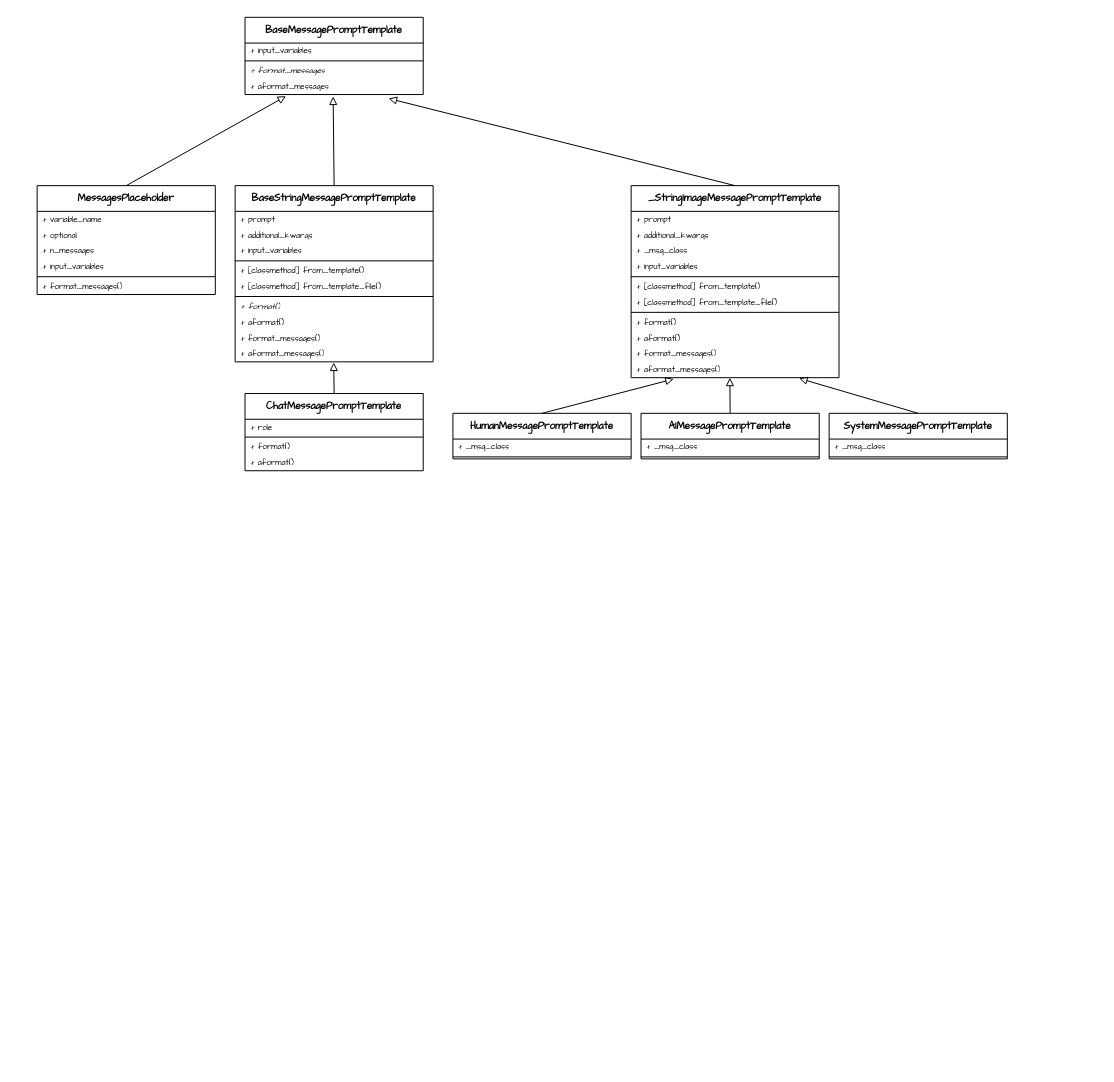
This is page "Message" (7 of 8) of Draw_Files/langchain.drawio from wangmu0115/WangMu, a draw.io file, before an edit. Source tidied: cells renumbered, new cells numbered last; positions are measured from the earlier drawing's top-left corner, leaving out a move shared by most shapes. Both pictures are drawn from the tidied source at 99%, with x=0, y=0 at pixel (37, 17).
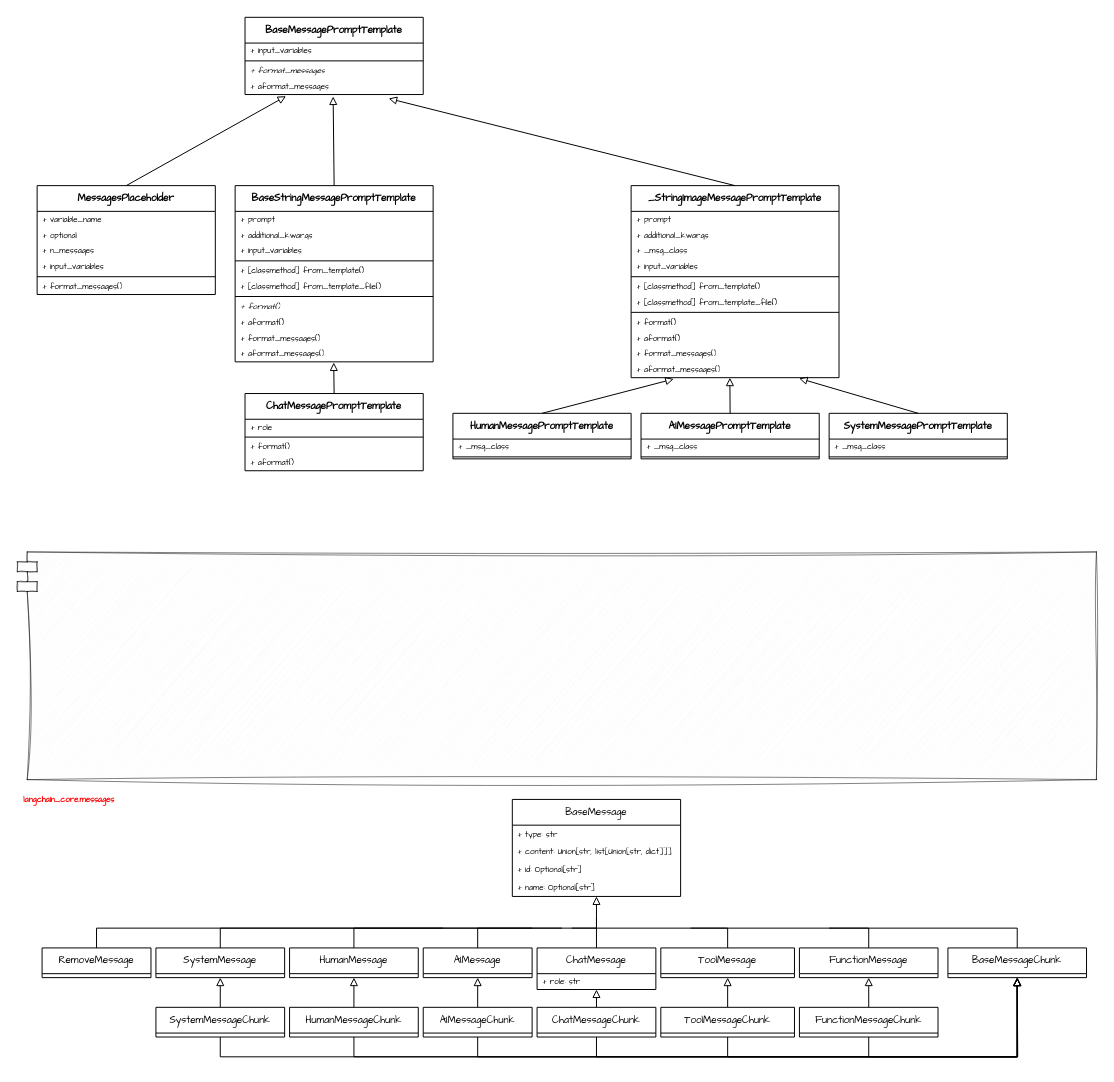
The same diagram, later.

Diff of the diagram source:
```diff
@@
+    <mxCell id="60" style="shape=module;align=left;spacingLeft=20;align=center;verticalAlign=top;whiteSpace=wrap;html=1;fillColor=#f5f5f5;fontColor=#333333;strokeColor=default;sketch=1;curveFitting=1;jiggle=2;strokeWidth=0.5;" parent="1" vertex="1">
+      <mxGeometry x="-20" y="540" width="1090" height="230" as="geometry" />
+    </mxCell>
+    <mxCell id="61" style="edgeStyle=elbowEdgeStyle;rounded=0;jettySize=auto;html=1;exitX=0.5;exitY=0;exitDx=0;exitDy=0;elbow=vertical;endArrow=none;endFill=0;" parent="1" edge="1" source="62">
+      <mxGeometry relative="1" as="geometry">
+        <mxPoint x="800" y="920" as="targetPoint" />
+        <Array as="points">
+          <mxPoint x="890" y="920" />
+        </Array>
+      </mxGeometry>
+    </mxCell>
+    <mxCell id="62" value="BaseMessageChunk" style="swimlane;fontStyle=0;align=center;verticalAlign=top;horizontal=1;startSize=26;whiteSpace=wrap;html=1;fontFamily=Comic Sans MS;fontSize=10;" parent="1" vertex="1" collapsed="1">
+      <mxGeometry x="920" y="940" width="140" height="30" as="geometry" />
+    </mxCell>
+    <mxCell id="63" style="edgeStyle=elbowEdgeStyle;rounded=0;jettySize=auto;html=1;exitX=0.5;exitY=0;exitDx=0;exitDy=0;elbow=vertical;endArrow=none;endFill=0;" parent="1" edge="1" source="64">
+      <mxGeometry relative="1" as="geometry">
+        <mxPoint x="530" y="920" as="targetPoint" />
+        <Array as="points">
+          <mxPoint x="440" y="920" />
+        </Array>
+      </mxGeometry>
+    </mxCell>
+    <mxCell id="64" value="AIMessage" style="swimlane;fontStyle=0;align=center;verticalAlign=top;horizontal=1;startSize=26;whiteSpace=wrap;html=1;fontFamily=Comic Sans MS;fontSize=10;" parent="1" vertex="1" collapsed="1">
+      <mxGeometry x="390" y="940" width="110" height="30" as="geometry" />
+    </mxCell>
+    <mxCell id="65" style="edgeStyle=orthogonalEdgeStyle;rounded=0;jettySize=auto;html=1;exitX=0.5;exitY=1;exitDx=0;exitDy=0;entryX=0.5;entryY=1;entryDx=0;entryDy=0;endArrow=block;endFill=0;" parent="1" edge="1" source="67" target="62">
+      <mxGeometry relative="1" as="geometry" />
+    </mxCell>
+    <mxCell id="66" style="rounded=0;jettySize=auto;html=1;exitX=0.5;exitY=0;exitDx=0;exitDy=0;entryX=0.5;entryY=1;entryDx=0;entryDy=0;endArrow=block;endFill=0;" parent="1" edge="1" source="67" target="64">
+      <mxGeometry relative="1" as="geometry" />
+    </mxCell>
+    <mxCell id="67" value="AIMessageChunk" style="swimlane;fontStyle=0;align=center;verticalAlign=top;horizontal=1;startSize=26;whiteSpace=wrap;html=1;fontFamily=Comic Sans MS;fontSize=10;" parent="1" vertex="1" collapsed="1">
+      <mxGeometry x="390" y="1000" width="110" height="30" as="geometry" />
+    </mxCell>
+    <mxCell id="68" style="rounded=0;jettySize=auto;html=1;exitX=0.5;exitY=0;exitDx=0;exitDy=0;elbow=vertical;endArrow=none;endFill=0;" parent="1" edge="1" source="69">
+      <mxGeometry relative="1" as="geometry">
+        <mxPoint x="565" y="910" as="targetPoint" />
+      </mxGeometry>
+    </mxCell>
+    <mxCell id="69" value="ChatMessage" style="swimlane;fontStyle=0;align=center;verticalAlign=top;horizontal=1;startSize=26;whiteSpace=wrap;html=1;fontFamily=Comic Sans MS;fontSize=10;" parent="1" vertex="1">
+      <mxGeometry x="505" y="940" width="120" height="42" as="geometry" />
+    </mxCell>
+    <mxCell id="70" value="&lt;span style=&quot;background-color: transparent; color: light-dark(rgb(0, 0, 0), rgb(255, 255, 255));&quot;&gt;+ role: str&lt;/span&gt;&lt;span style=&quot;background-color: transparent; color: light-dark(rgb(0, 0, 0), rgb(255, 255, 255));&quot;&gt;&amp;nbsp;&lt;/span&gt;" style="text;strokeColor=none;fillColor=none;align=left;verticalAlign=middle;spacingLeft=4;spacingRight=4;overflow=hidden;whiteSpace=wrap;html=1;fontFamily=Comic Sans MS;fontSize=8;" parent="69" vertex="1">
+      <mxGeometry y="26" width="120" height="16" as="geometry" />
+    </mxCell>
+    <mxCell id="71" style="edgeStyle=orthogonalEdgeStyle;rounded=0;jettySize=auto;html=1;exitX=0.5;exitY=1;exitDx=0;exitDy=0;entryX=0.5;entryY=1;entryDx=0;entryDy=0;endArrow=block;endFill=0;" parent="1" edge="1" source="73" target="62">
+      <mxGeometry relative="1" as="geometry" />
+    </mxCell>
+    <mxCell id="72" style="rounded=0;jettySize=auto;html=1;exitX=0.5;exitY=0;exitDx=0;exitDy=0;entryX=0.5;entryY=1;entryDx=0;entryDy=0;endArrow=block;endFill=0;" parent="1" edge="1" source="73" target="69">
+      <mxGeometry relative="1" as="geometry" />
+    </mxCell>
+    <mxCell id="73" value="ChatMessageChunk" style="swimlane;fontStyle=0;align=center;verticalAlign=top;horizontal=1;startSize=26;whiteSpace=wrap;html=1;fontFamily=Comic Sans MS;fontSize=10;" parent="1" vertex="1" collapsed="1">
+      <mxGeometry x="505" y="1000" width="120" height="30" as="geometry" />
+    </mxCell>
+    <mxCell id="74" style="edgeStyle=elbowEdgeStyle;rounded=0;jettySize=auto;html=1;exitX=0.5;exitY=0;exitDx=0;exitDy=0;elbow=vertical;endArrow=none;endFill=0;" parent="1" edge="1" source="75">
+      <mxGeometry relative="1" as="geometry">
+        <mxPoint x="540" y="920" as="targetPoint" />
+        <Array as="points">
+          <mxPoint x="630" y="920" />
+        </Array>
+      </mxGeometry>
+    </mxCell>
+    <mxCell id="75" value="ToolMessage" style="swimlane;fontStyle=0;align=center;verticalAlign=top;horizontal=1;startSize=26;whiteSpace=wrap;html=1;fontFamily=Comic Sans MS;fontSize=10;" parent="1" vertex="1" collapsed="1">
+      <mxGeometry x="630" y="940" width="135" height="30" as="geometry" />
+    </mxCell>
+    <mxCell id="76" style="edgeStyle=orthogonalEdgeStyle;rounded=0;jettySize=auto;html=1;exitX=0.5;exitY=1;exitDx=0;exitDy=0;endArrow=block;endFill=0;" parent="1" edge="1" source="78">
+      <mxGeometry relative="1" as="geometry">
+        <mxPoint x="990" y="970" as="targetPoint" />
+      </mxGeometry>
+    </mxCell>
+    <mxCell id="77" style="rounded=0;jettySize=auto;html=1;exitX=0.5;exitY=0;exitDx=0;exitDy=0;entryX=0.5;entryY=1;entryDx=0;entryDy=0;endArrow=block;endFill=0;" parent="1" edge="1" source="78" target="75">
+      <mxGeometry relative="1" as="geometry" />
+    </mxCell>
+    <mxCell id="78" value="ToolMessageChunk" style="swimlane;fontStyle=0;align=center;verticalAlign=top;horizontal=1;startSize=26;whiteSpace=wrap;html=1;fontFamily=Comic Sans MS;fontSize=10;" parent="1" vertex="1" collapsed="1">
+      <mxGeometry x="630" y="1000" width="135" height="30" as="geometry" />
+    </mxCell>
+    <mxCell id="79" style="edgeStyle=elbowEdgeStyle;rounded=0;jettySize=auto;html=1;exitX=0.5;exitY=0;exitDx=0;exitDy=0;endArrow=none;endFill=0;elbow=vertical;" parent="1" edge="1" source="80">
+      <mxGeometry relative="1" as="geometry">
+        <mxPoint x="500" y="920" as="targetPoint" />
+        <Array as="points">
+          <mxPoint x="320" y="920" />
+        </Array>
+      </mxGeometry>
+    </mxCell>
+    <mxCell id="80" value="HumanMessage" style="swimlane;fontStyle=0;align=center;verticalAlign=top;horizontal=1;startSize=26;whiteSpace=wrap;html=1;fontFamily=Comic Sans MS;fontSize=10;" parent="1" vertex="1" collapsed="1">
+      <mxGeometry x="255" y="940" width="130" height="30" as="geometry" />
+    </mxCell>
+    <mxCell id="81" style="edgeStyle=orthogonalEdgeStyle;rounded=0;jettySize=auto;html=1;exitX=0.5;exitY=1;exitDx=0;exitDy=0;endArrow=block;endFill=0;" parent="1" edge="1" source="83" target="62">
+      <mxGeometry relative="1" as="geometry" />
+    </mxCell>
+    <mxCell id="82" style="rounded=0;jettySize=auto;html=1;exitX=0.5;exitY=0;exitDx=0;exitDy=0;entryX=0.5;entryY=1;entryDx=0;entryDy=0;endArrow=block;endFill=0;" parent="1" edge="1" source="83" target="80">
+      <mxGeometry relative="1" as="geometry" />
+    </mxCell>
+    <mxCell id="83" value="HumanMessageChunk" style="swimlane;fontStyle=0;align=center;verticalAlign=top;horizontal=1;startSize=26;whiteSpace=wrap;html=1;fontFamily=Comic Sans MS;fontSize=10;" parent="1" vertex="1" collapsed="1">
+      <mxGeometry x="255" y="1000" width="130" height="30" as="geometry" />
+    </mxCell>
+    <mxCell id="84" style="rounded=0;jettySize=auto;html=1;exitX=0.5;exitY=0;exitDx=0;exitDy=0;endArrow=none;endFill=0;edgeStyle=elbowEdgeStyle;elbow=vertical;" parent="1" edge="1" source="85">
+      <mxGeometry relative="1" as="geometry">
+        <mxPoint x="410" y="920" as="targetPoint" />
+        <Array as="points">
+          <mxPoint x="60" y="920" />
+        </Array>
+      </mxGeometry>
+    </mxCell>
+    <mxCell id="85" value="RemoveMessage" style="swimlane;fontStyle=0;align=center;verticalAlign=top;horizontal=1;startSize=26;whiteSpace=wrap;html=1;fontFamily=Comic Sans MS;fontSize=10;" parent="1" vertex="1" collapsed="1">
+      <mxGeometry x="5" y="940" width="110" height="30" as="geometry" />
+    </mxCell>
+    <mxCell id="86" value="SystemMessage" style="swimlane;fontStyle=0;align=center;verticalAlign=top;horizontal=1;startSize=26;whiteSpace=wrap;html=1;fontFamily=Comic Sans MS;fontSize=10;" parent="1" vertex="1" collapsed="1">
+      <mxGeometry x="120" y="940" width="130" height="30" as="geometry" />
+    </mxCell>
+    <mxCell id="87" style="edgeStyle=orthogonalEdgeStyle;rounded=0;jettySize=auto;html=1;exitX=0.5;exitY=1;exitDx=0;exitDy=0;endArrow=block;endFill=0;" parent="1" edge="1" source="89" target="62">
+      <mxGeometry relative="1" as="geometry" />
+    </mxCell>
+    <mxCell id="88" style="rounded=0;jettySize=auto;html=1;exitX=0.5;exitY=0;exitDx=0;exitDy=0;entryX=0.5;entryY=1;entryDx=0;entryDy=0;endArrow=block;endFill=0;" parent="1" edge="1" source="89" target="86">
+      <mxGeometry relative="1" as="geometry" />
+    </mxCell>
+    <mxCell id="89" value="SystemMessageChunk" style="swimlane;fontStyle=0;align=center;verticalAlign=top;horizontal=1;startSize=26;whiteSpace=wrap;html=1;fontFamily=Comic Sans MS;fontSize=10;" parent="1" vertex="1" collapsed="1">
+      <mxGeometry x="120" y="1000" width="130" height="30" as="geometry" />
+    </mxCell>
+    <mxCell id="90" style="rounded=0;jettySize=auto;html=1;exitX=0.5;exitY=0;exitDx=0;exitDy=0;edgeStyle=elbowEdgeStyle;elbow=vertical;endArrow=none;endFill=0;" parent="1" edge="1" source="91">
+      <mxGeometry relative="1" as="geometry">
+        <mxPoint x="660" y="920" as="targetPoint" />
+        <Array as="points">
+          <mxPoint x="780" y="920" />
+        </Array>
+      </mxGeometry>
+    </mxCell>
+    <mxCell id="91" value="FunctionMessage" style="swimlane;fontStyle=0;align=center;verticalAlign=top;horizontal=1;startSize=26;whiteSpace=wrap;html=1;fontFamily=Comic Sans MS;fontSize=10;" parent="1" vertex="1" collapsed="1">
+      <mxGeometry x="770" y="940" width="140" height="30" as="geometry" />
+    </mxCell>
+    <mxCell id="92" style="edgeStyle=elbowEdgeStyle;rounded=0;jettySize=auto;html=1;exitX=0.5;exitY=1;exitDx=0;exitDy=0;entryX=0.5;entryY=1;entryDx=0;entryDy=0;elbow=vertical;endArrow=block;endFill=0;" parent="1" edge="1" source="94" target="62">
+      <mxGeometry relative="1" as="geometry">
+        <Array as="points">
+          <mxPoint x="920" y="1050" />
+        </Array>
+      </mxGeometry>
+    </mxCell>
+    <mxCell id="93" style="rounded=0;jettySize=auto;html=1;exitX=0.5;exitY=0;exitDx=0;exitDy=0;entryX=0.5;entryY=1;entryDx=0;entryDy=0;endArrow=block;endFill=0;" parent="1" edge="1" source="94" target="91">
+      <mxGeometry relative="1" as="geometry" />
+    </mxCell>
+    <mxCell id="94" value="FunctionMessageChunk" style="swimlane;fontStyle=0;align=center;verticalAlign=top;horizontal=1;startSize=26;whiteSpace=wrap;html=1;fontFamily=Comic Sans MS;fontSize=10;" parent="1" vertex="1" collapsed="1">
+      <mxGeometry x="770" y="1000" width="140" height="30" as="geometry" />
+    </mxCell>
+    <mxCell id="95" style="rounded=0;jettySize=auto;html=1;exitX=0.5;exitY=0;exitDx=0;exitDy=0;endArrow=block;endFill=0;edgeStyle=elbowEdgeStyle;elbow=vertical;entryX=0.5;entryY=1;entryDx=0;entryDy=0;" parent="1" edge="1" source="86" target="97">
+      <mxGeometry relative="1" as="geometry">
+        <Array as="points">
+          <mxPoint x="370" y="920" />
+        </Array>
+      </mxGeometry>
+    </mxCell>
+    <mxCell id="96" value="langchain_core.messages" style="text;html=1;align=center;verticalAlign=middle;whiteSpace=wrap;rounded=0;fontSize=8;fontFamily=Comic Sans MS;fillColor=none;strokeColor=none;sketch=1;curveFitting=1;jiggle=2;fontStyle=1;fontColor=#FF0000;" parent="1" vertex="1">
+      <mxGeometry x="-20" y="780" width="105" height="20" as="geometry" />
+    </mxCell>
+    <mxCell id="97" value="BaseMessage" style="swimlane;fontStyle=0;align=center;verticalAlign=top;horizontal=1;startSize=26;whiteSpace=wrap;html=1;fontFamily=Comic Sans MS;fontSize=10;" parent="1" vertex="1">
+      <mxGeometry x="480" y="790" width="170" height="98" as="geometry" />
+    </mxCell>
+    <mxCell id="98" value="&lt;span style=&quot;background-color: transparent; color: light-dark(rgb(0, 0, 0), rgb(255, 255, 255));&quot;&gt;+ type: str&lt;/span&gt;&lt;span style=&quot;background-color: transparent; color: light-dark(rgb(0, 0, 0), rgb(255, 255, 255));&quot;&gt;&amp;nbsp;&lt;/span&gt;" style="text;strokeColor=none;fillColor=none;align=left;verticalAlign=middle;spacingLeft=4;spacingRight=4;overflow=hidden;whiteSpace=wrap;html=1;fontFamily=Comic Sans MS;fontSize=8;" parent="97" vertex="1">
+      <mxGeometry y="26" width="170" height="18" as="geometry" />
+    </mxCell>
+    <mxCell id="99" value="&lt;span style=&quot;background-color: transparent; color: light-dark(rgb(0, 0, 0), rgb(255, 255, 255));&quot;&gt;+&amp;nbsp;&lt;/span&gt;content: Union[str, list[Union[str, dict]]]" style="text;strokeColor=none;fillColor=none;align=left;verticalAlign=middle;spacingLeft=4;spacingRight=4;overflow=hidden;whiteSpace=wrap;html=1;fontFamily=Comic Sans MS;fontSize=8;" parent="97" vertex="1">
+      <mxGeometry y="44" width="170" height="18" as="geometry" />
+    </mxCell>
+    <mxCell id="100" value="&lt;span style=&quot;background-color: transparent; color: light-dark(rgb(0, 0, 0), rgb(255, 255, 255));&quot;&gt;+&amp;nbsp;&lt;/span&gt;id: Optional[str]" style="text;strokeColor=none;fillColor=none;align=left;verticalAlign=middle;spacingLeft=4;spacingRight=4;overflow=hidden;whiteSpace=wrap;html=1;fontFamily=Comic Sans MS;fontSize=8;" parent="97" vertex="1">
+      <mxGeometry y="62" width="170" height="18" as="geometry" />
+    </mxCell>
+    <mxCell id="101" value="&lt;span style=&quot;color: light-dark(rgb(0, 0, 0), rgb(255, 255, 255)); background-color: transparent;&quot;&gt;+&amp;nbsp;&lt;/span&gt;name: Optional[str]" style="text;strokeColor=none;fillColor=none;align=left;verticalAlign=middle;spacingLeft=4;spacingRight=4;overflow=hidden;whiteSpace=wrap;html=1;fontFamily=Comic Sans MS;fontSize=8;" parent="97" vertex="1">
+      <mxGeometry y="80" width="170" height="18" as="geometry" />
+    </mxCell>
```
